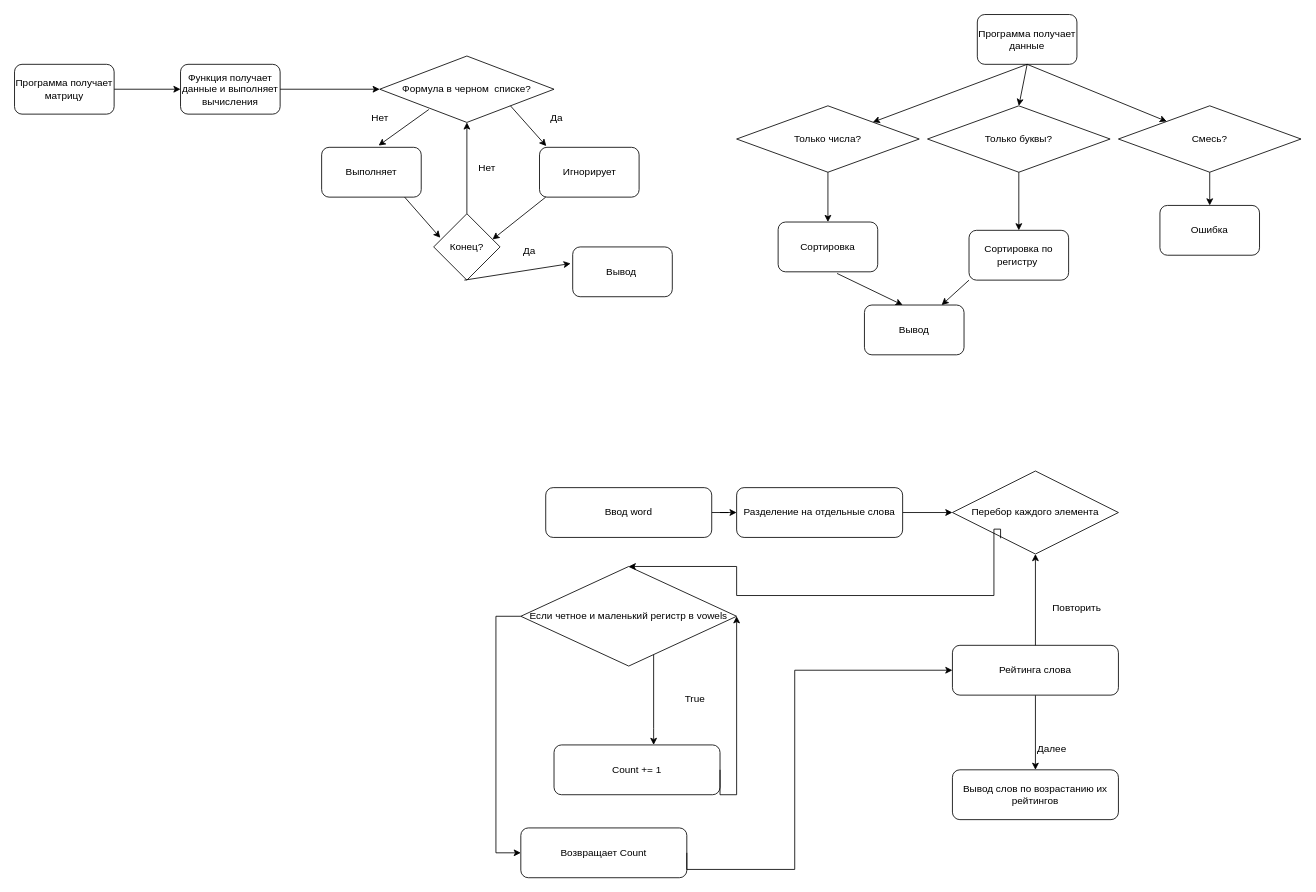
This is module.drawio from DezerMillerW/UwU, a draw.io file, before an edit. Source tidied: cells renumbered, new cells numbered last; positions are measured from the earlier drawing's top-left corner, leaving out a move shared by most shapes. Both pictures are drawn from the tidied source at 83%, with x=0, y=0 at pixel (14, 14).
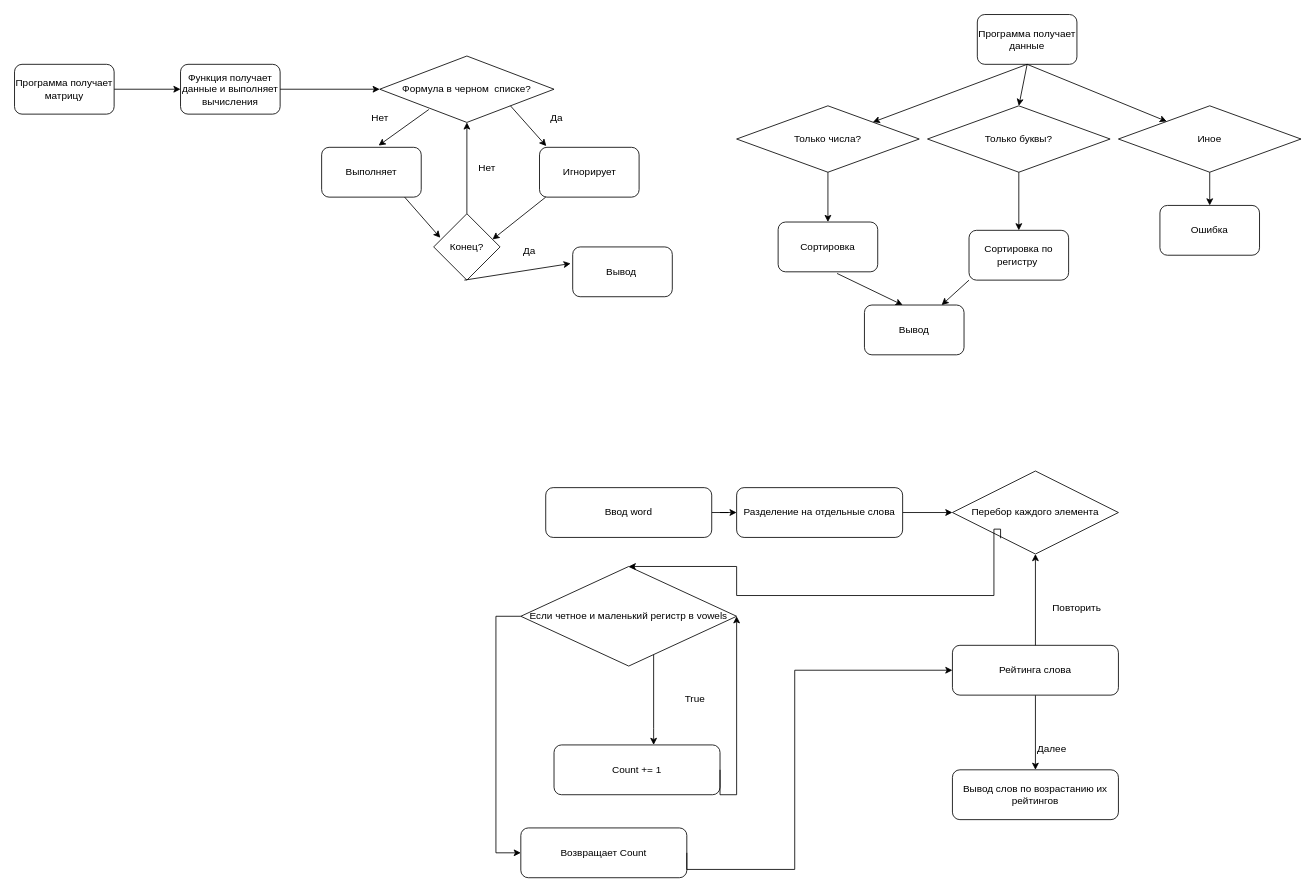
After the change.

What changed in the source:
```diff
@@
-    <mxCell id="44" value="Смесь?" style="rhombus;whiteSpace=wrap;html=1;" parent="1" vertex="1">
+    <mxCell id="44" value="Иное" style="rhombus;whiteSpace=wrap;html=1;" parent="1" vertex="1">
       <mxGeometry x="1330" y="110" width="220" height="80" as="geometry" />
     </mxCell>
```
